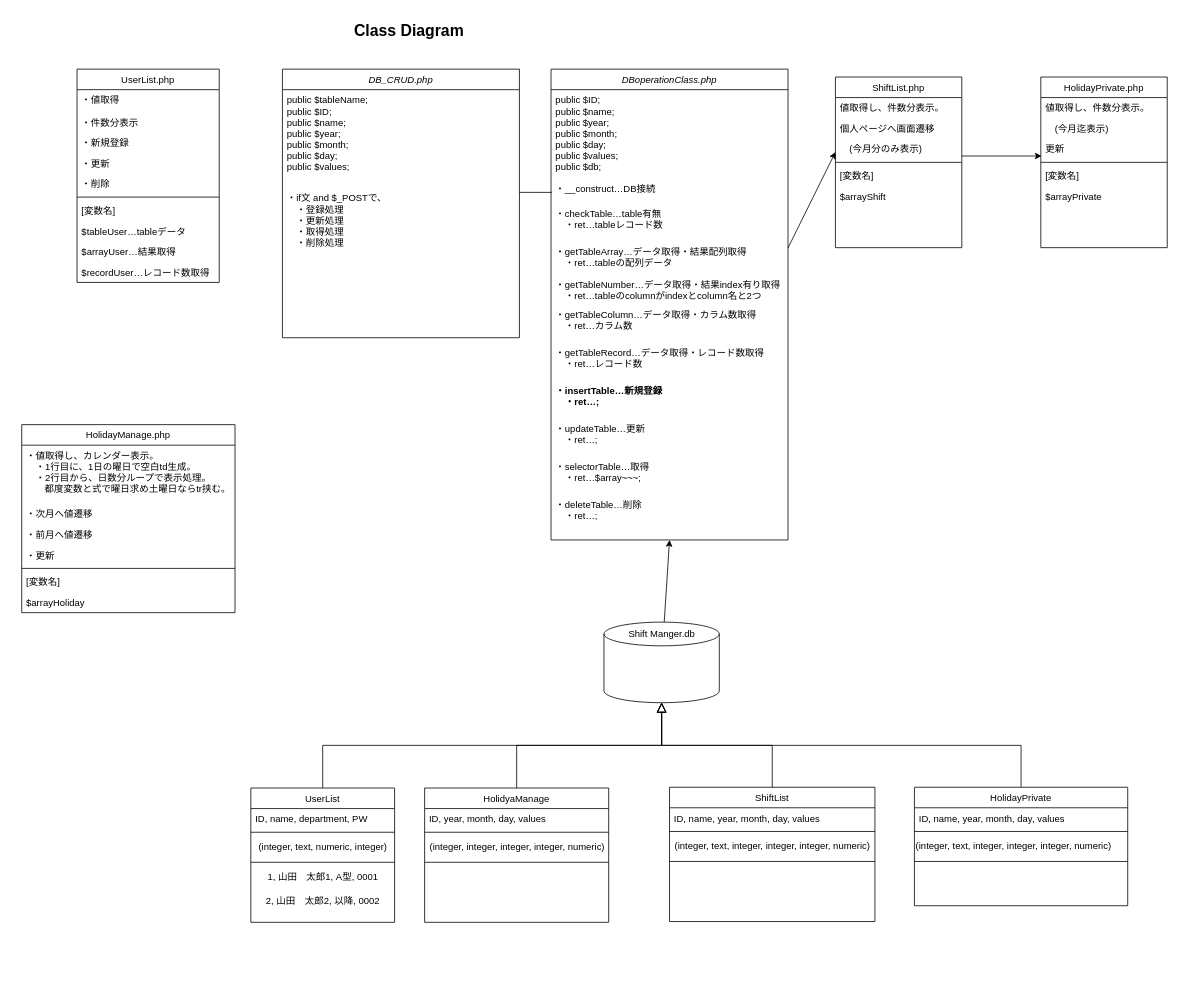
This is Class Diagram.drawio from koji79/koji79, a draw.io file, before an edit. Source tidied: cells renumbered, new cells numbered last; positions are measured from the earlier drawing's top-left corner, leaving out a move shared by most shapes. Both pictures are drawn from the tidied source at 79%, with x=0, y=0 at pixel (21, 13).
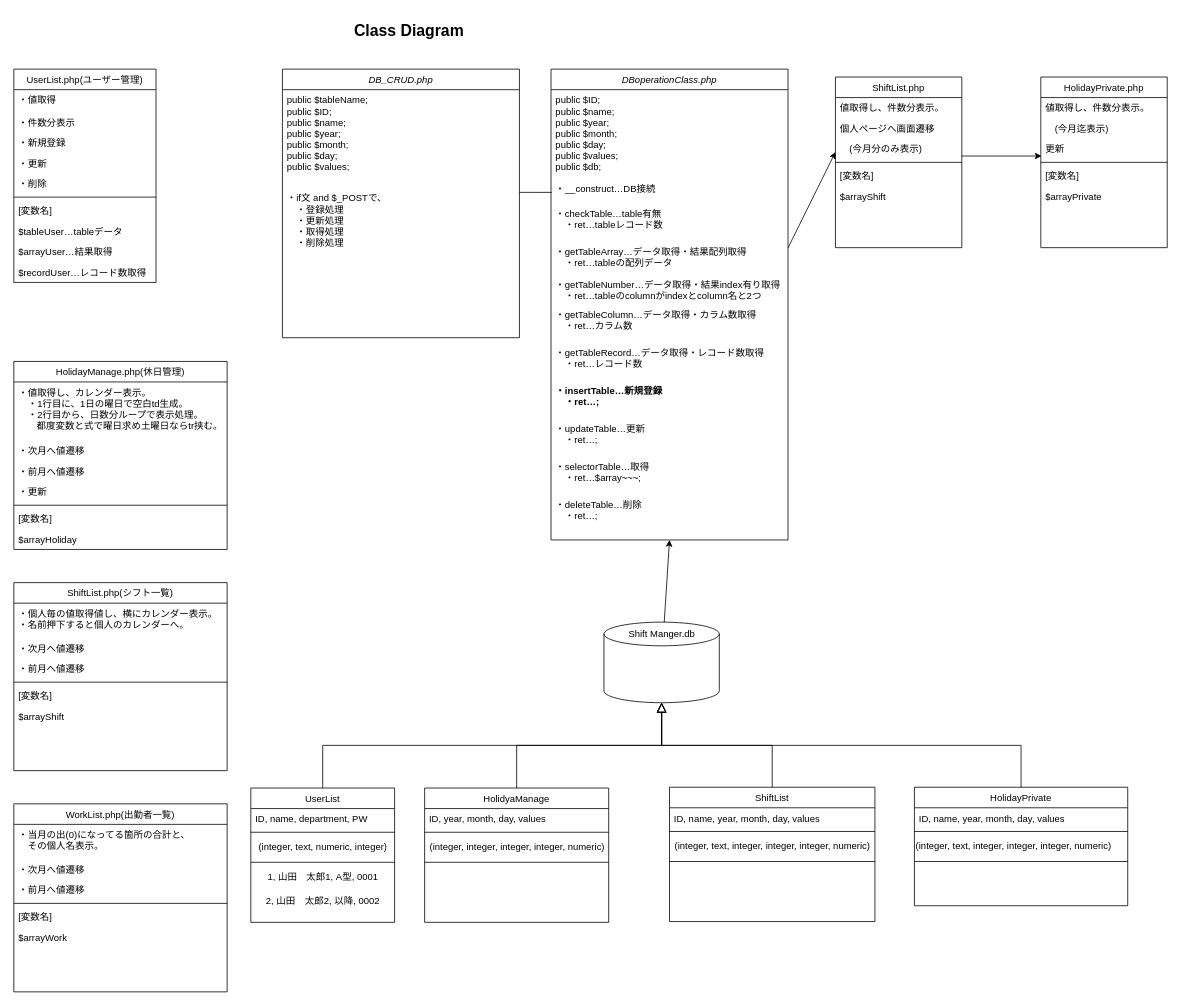
Above is the later version.

Commit message:
Class Diagram.drawio を更新します

What changed in the source:
```diff
@@
-    <mxCell id="20" value="UserList.php" style="swimlane;fontStyle=0;align=center;verticalAlign=top;horizontal=1;startSize=26;rounded=0;shadow=0;strokeWidth=1;" parent="1" vertex="1">
-      <mxGeometry x="70" y="70" width="180" height="270" as="geometry" />
+    <mxCell id="20" value="UserList.php(ユーザー管理)" style="swimlane;fontStyle=0;align=center;verticalAlign=top;horizontal=1;startSize=26;rounded=0;shadow=0;strokeWidth=1;" parent="1" vertex="1">
+      <mxGeometry x="-10" y="70" width="180" height="270" as="geometry" />
     </mxCell>
@@
-    <mxCell id="59" value="HolidayManage.php" style="swimlane;fontStyle=0;align=center;verticalAlign=top;horizontal=1;startSize=26;rounded=0;shadow=0;strokeWidth=1;" parent="1" vertex="1">
-      <mxGeometry y="520" width="270" height="238" as="geometry" />
+    <mxCell id="59" value="HolidayManage.php(休日管理)" style="swimlane;fontStyle=0;align=center;verticalAlign=top;horizontal=1;startSize=26;rounded=0;shadow=0;strokeWidth=1;" parent="1" vertex="1">
+      <mxGeometry x="-10" y="440" width="270" height="238" as="geometry" />
     </mxCell>
@@
+    <mxCell id="80" value="ShiftList.php(シフト一覧)" style="swimlane;fontStyle=0;align=center;verticalAlign=top;horizontal=1;startSize=26;rounded=0;shadow=0;strokeWidth=1;" parent="1" vertex="1">
+      <mxGeometry x="-10" y="720" width="270" height="238" as="geometry" />
+    </mxCell>
+    <mxCell id="81" value="・個人毎の値取得値し、横にカレンダー表示。&#10;・名前押下すると個人のカレンダーへ。" style="text;align=left;verticalAlign=top;spacingLeft=4;spacingRight=4;overflow=hidden;fontStyle=0;" parent="80" vertex="1">
+      <mxGeometry y="26" width="270" height="44" as="geometry" />
+    </mxCell>
+    <mxCell id="82" value="・次月へ値遷移" style="text;align=left;verticalAlign=top;spacingLeft=4;spacingRight=4;overflow=hidden;rounded=0;shadow=0;html=0;" parent="80" vertex="1">
+      <mxGeometry y="70" width="270" height="26" as="geometry" />
+    </mxCell>
+    <mxCell id="83" value="・前月へ値遷移" style="text;align=left;verticalAlign=top;spacingLeft=4;spacingRight=4;overflow=hidden;rounded=0;shadow=0;html=0;" parent="80" vertex="1">
+      <mxGeometry y="96" width="270" height="26" as="geometry" />
+    </mxCell>
+    <mxCell id="84" style="line;html=1;strokeWidth=1;align=left;verticalAlign=middle;spacingTop=-1;spacingLeft=3;spacingRight=3;labelPosition=right;" parent="80" vertex="1">
+      <mxGeometry y="122" width="270" height="8" as="geometry" />
+    </mxCell>
+    <mxCell id="85" value="[変数名]" style="text;align=left;verticalAlign=top;spacingLeft=4;spacingRight=4;overflow=hidden;" parent="80" vertex="1">
+      <mxGeometry y="130" width="270" height="26" as="geometry" />
+    </mxCell>
+    <mxCell id="86" value="$arrayShift" style="text;align=left;verticalAlign=top;spacingLeft=4;spacingRight=4;overflow=hidden;" parent="80" vertex="1">
+      <mxGeometry y="156" width="270" height="26" as="geometry" />
+    </mxCell>
+    <mxCell id="87" value="WorkList.php(出勤者一覧)" style="swimlane;fontStyle=0;align=center;verticalAlign=top;horizontal=1;startSize=26;rounded=0;shadow=0;strokeWidth=1;" parent="1" vertex="1">
+      <mxGeometry x="-10" y="1000" width="270" height="238" as="geometry" />
+    </mxCell>
+    <mxCell id="88" value="・当月の出(0)になってる箇所の合計と、&#10;　その個人名表示。" style="text;align=left;verticalAlign=top;spacingLeft=4;spacingRight=4;overflow=hidden;fontStyle=0;" parent="87" vertex="1">
+      <mxGeometry y="26" width="270" height="44" as="geometry" />
+    </mxCell>
+    <mxCell id="89" value="・次月へ値遷移" style="text;align=left;verticalAlign=top;spacingLeft=4;spacingRight=4;overflow=hidden;rounded=0;shadow=0;html=0;" parent="87" vertex="1">
+      <mxGeometry y="70" width="270" height="26" as="geometry" />
+    </mxCell>
+    <mxCell id="90" value="・前月へ値遷移" style="text;align=left;verticalAlign=top;spacingLeft=4;spacingRight=4;overflow=hidden;rounded=0;shadow=0;html=0;" parent="87" vertex="1">
+      <mxGeometry y="96" width="270" height="26" as="geometry" />
+    </mxCell>
+    <mxCell id="91" style="line;html=1;strokeWidth=1;align=left;verticalAlign=middle;spacingTop=-1;spacingLeft=3;spacingRight=3;labelPosition=right;" parent="87" vertex="1">
+      <mxGeometry y="122" width="270" height="8" as="geometry" />
+    </mxCell>
+    <mxCell id="92" value="[変数名]" style="text;align=left;verticalAlign=top;spacingLeft=4;spacingRight=4;overflow=hidden;" parent="87" vertex="1">
+      <mxGeometry y="130" width="270" height="26" as="geometry" />
+    </mxCell>
+    <mxCell id="93" value="$arrayWork" style="text;align=left;verticalAlign=top;spacingLeft=4;spacingRight=4;overflow=hidden;" parent="87" vertex="1">
+      <mxGeometry y="156" width="270" height="26" as="geometry" />
+    </mxCell>
```
